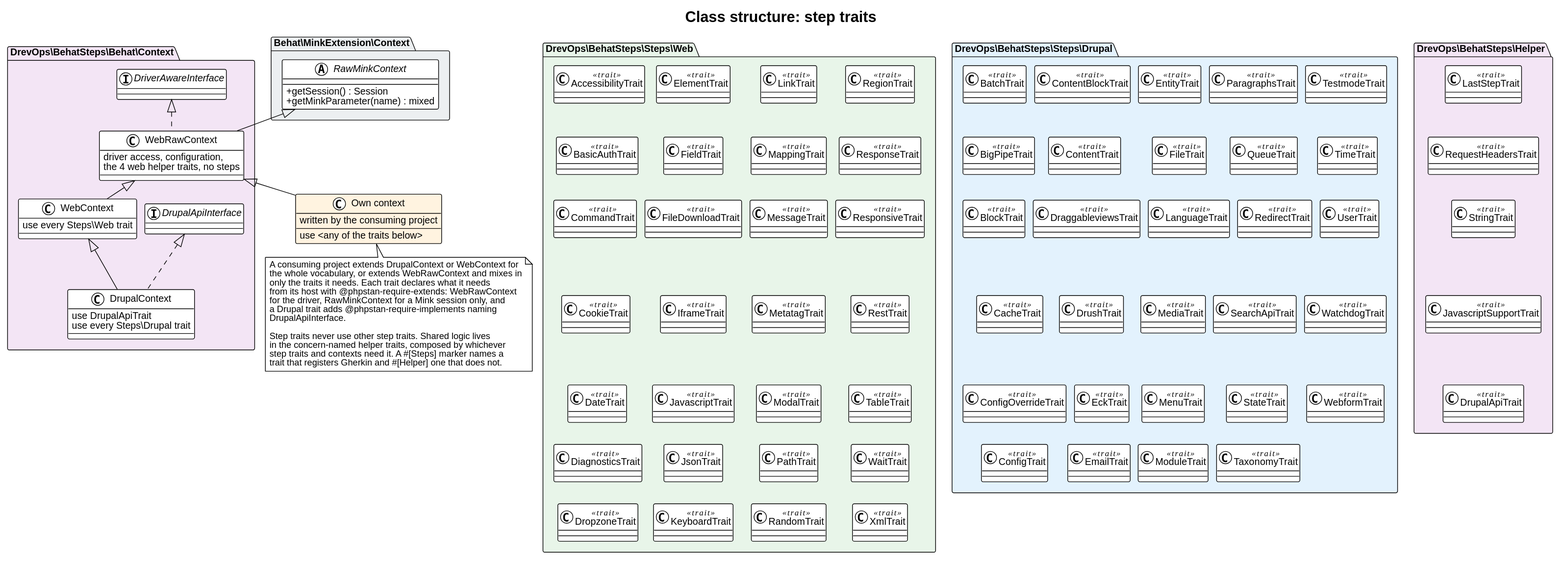
Above: docs/architecture/class-traits.svg in drevops/behat-steps (PlantUML), before the change.
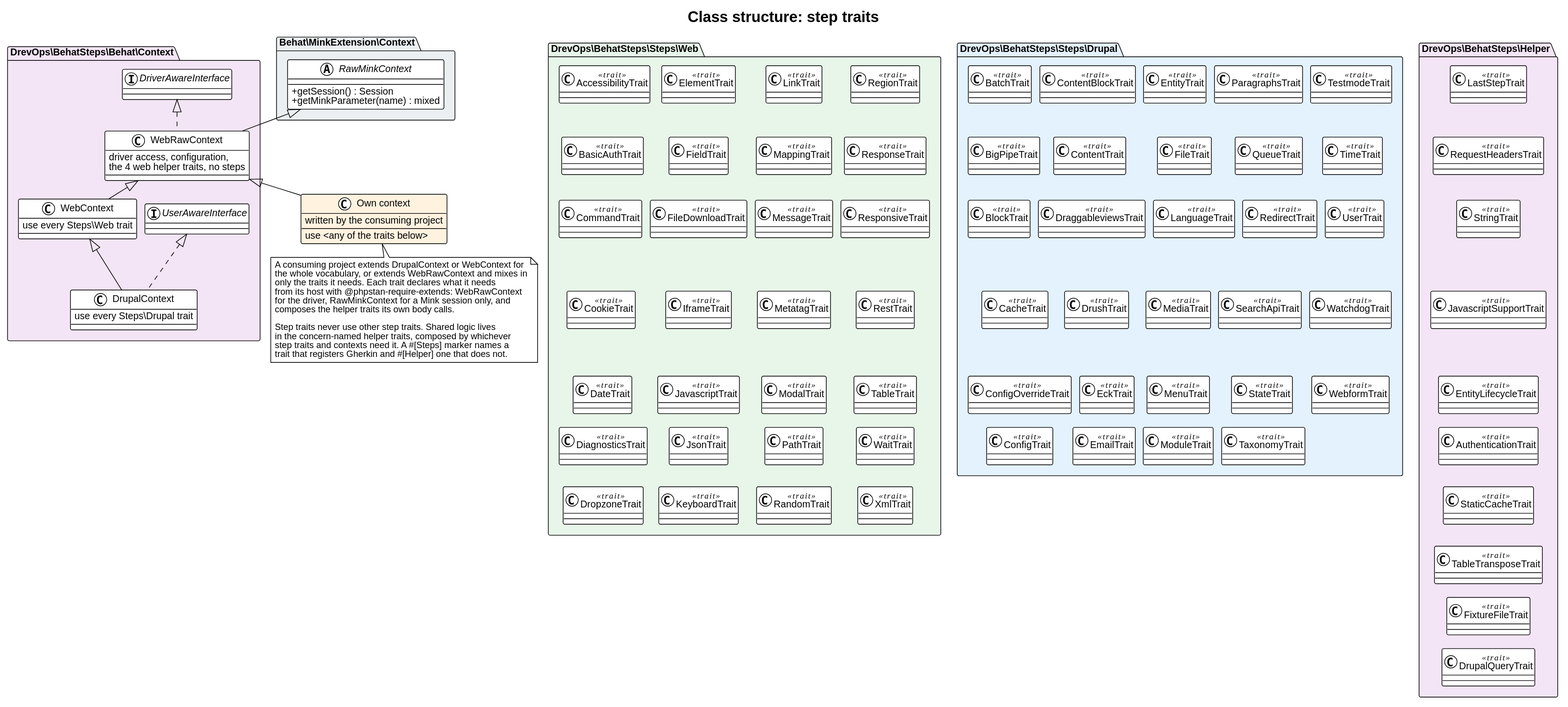
The same diagram one commit later.

The edit, as a diff of the source:
```diff
@@ -17,7 +17,7 @@
 
 package "DrevOps\\BehatSteps\\Behat\\Context" #F3E5F5 {
   interface DriverAwareInterface
-  interface DrupalApiInterface
+  interface UserAwareInterface
   class WebRawContext {
     driver access, configuration,
     the 4 web helper traits, no steps
@@ -26,7 +26,6 @@
     use every Steps\\Web trait
   }
   class DrupalContext {
-    use DrupalApiTrait
     use every Steps\\Drupal trait
   }
 }
@@ -39,7 +38,7 @@
 
 RawMinkContext <|-- WebRawContext
 DriverAwareInterface <|.. WebRawContext
-DrupalApiInterface <|.. DrupalContext
+UserAwareInterface <|.. DrupalContext
 WebRawContext <|-- WebContext
 WebContext <|-- DrupalContext
 WebRawContext <|-- Consumer
@@ -176,12 +175,22 @@
   class RequestHeadersTrait <<trait>>
   class StringTrait <<trait>>
   class JavascriptSupportTrait <<trait>>
-  class DrupalApiTrait <<trait>>
+  class EntityLifecycleTrait <<trait>>
+  class AuthenticationTrait <<trait>>
+  class StaticCacheTrait <<trait>>
+  class TableTransposeTrait <<trait>>
+  class FixtureFileTrait <<trait>>
+  class DrupalQueryTrait <<trait>>
 
   LastStepTrait -[hidden]down- RequestHeadersTrait
   RequestHeadersTrait -[hidden]down- StringTrait
   StringTrait -[hidden]down- JavascriptSupportTrait
-  JavascriptSupportTrait -[hidden]down- DrupalApiTrait
+  JavascriptSupportTrait -[hidden]down- EntityLifecycleTrait
+  EntityLifecycleTrait -[hidden]down- AuthenticationTrait
+  AuthenticationTrait -[hidden]down- StaticCacheTrait
+  StaticCacheTrait -[hidden]down- TableTransposeTrait
+  TableTransposeTrait -[hidden]down- FixtureFileTrait
+  FixtureFileTrait -[hidden]down- DrupalQueryTrait
 }
 
 note bottom of Consumer
@@ -190,8 +199,7 @@
   only the traits it needs. Each trait declares what it needs
   from its host with @phpstan-require-extends: WebRawContext
   for the driver, RawMinkContext for a Mink session only, and
-  a Drupal trait adds @phpstan-require-implements naming
-  DrupalApiInterface.
+  composes the helper traits its own body calls.
 
   Step traits never use other step traits. Shared logic lives
   in the concern-named helper traits, composed by whichever
```
